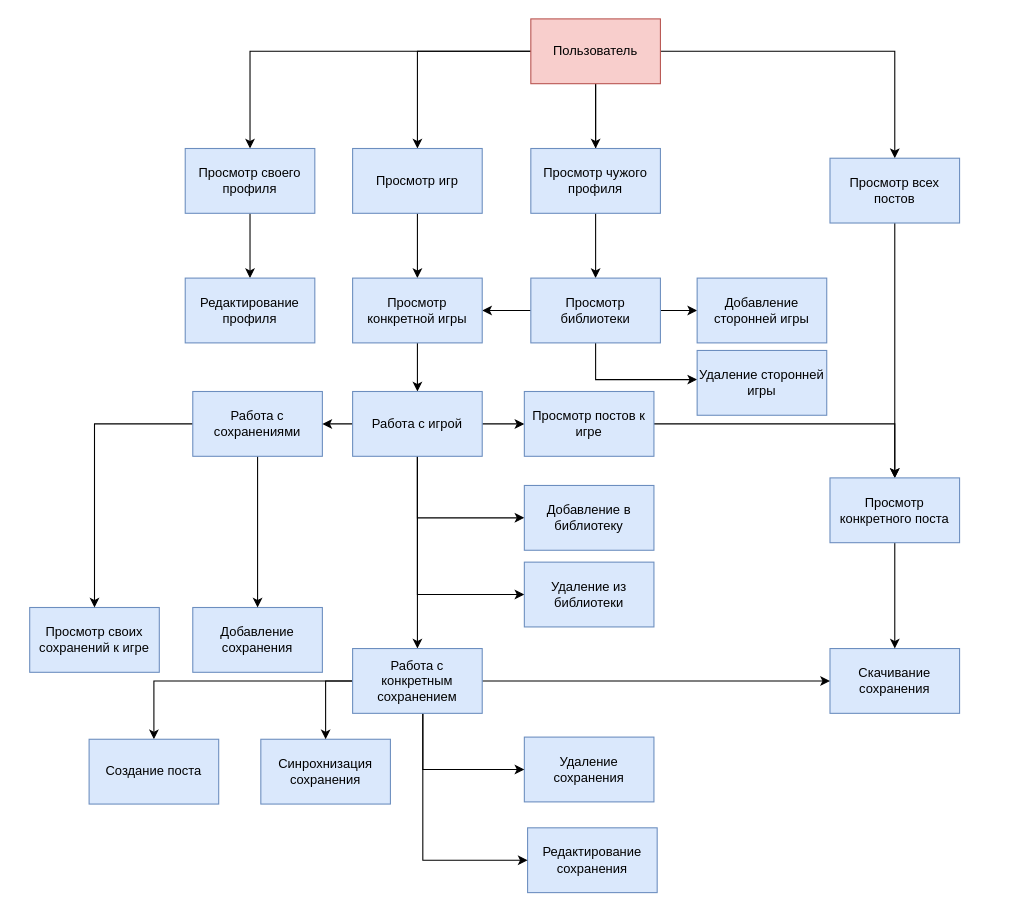
This is page "Пользователя" (2 of 2) of Docs/Диаграммы/Функционал.drawio from savayaqu/PlaySaveBack, a draw.io file, before an edit. Source tidied: cells renumbered, new cells numbered last; positions are measured from the earlier drawing's top-left corner, leaving out a move shared by most shapes. Both pictures are drawn from the tidied source at 108%, with x=0, y=0 at pixel (29, 18).
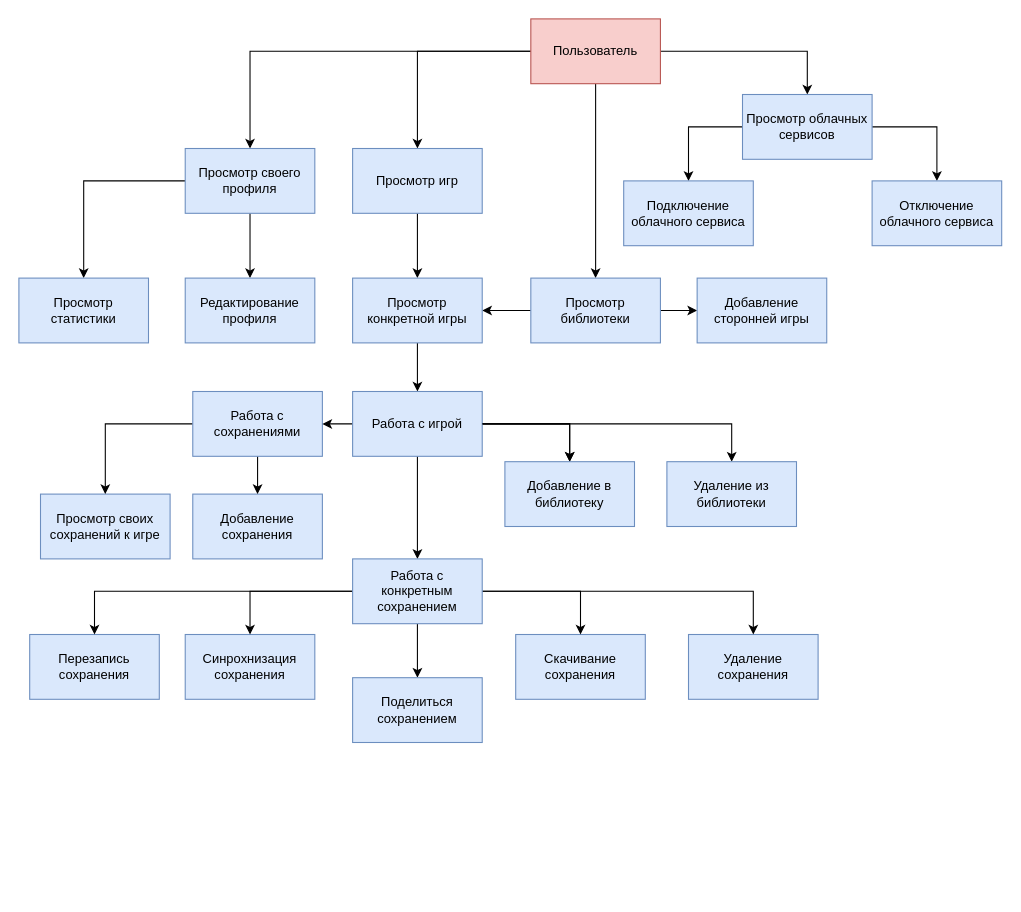
The same page after the edit.

The change refers to these unchanged cells:
```xml
<mxCell id="7" value="Пользователь" style="rounded=0;whiteSpace=wrap;html=1;fillColor=#f8cecc;strokeColor=#b85450;" parent="1" vertex="1">
  <mxGeometry x="464" width="120" height="60" as="geometry" />
</mxCell>
<mxCell id="9" value="Просмотр своего профиля" style="rounded=0;whiteSpace=wrap;html=1;fillColor=#dae8fc;strokeColor=#6c8ebf;" parent="1" vertex="1">
  <mxGeometry x="144" y="120" width="120" height="60" as="geometry" />
</mxCell>
<mxCell id="15" value="Просмотр библиотеки" style="rounded=0;whiteSpace=wrap;html=1;fillColor=#dae8fc;strokeColor=#6c8ebf;" parent="1" vertex="1">
  <mxGeometry x="464" y="240" width="120" height="60" as="geometry" />
</mxCell>
<mxCell id="18" value="Просмотр игр" style="rounded=0;whiteSpace=wrap;html=1;fillColor=#dae8fc;strokeColor=#6c8ebf;" parent="1" vertex="1">
  <mxGeometry x="299" y="120" width="120" height="60" as="geometry" />
</mxCell>
<mxCell id="37" value="Работа с игрой" style="rounded=0;whiteSpace=wrap;html=1;fillColor=#dae8fc;strokeColor=#6c8ebf;" parent="1" vertex="1">
  <mxGeometry x="299" y="345" width="120" height="60" as="geometry" />
</mxCell>
```

Change to the diagram source:
```diff
@@
-    <mxCell id="3" style="edgeStyle=orthogonalEdgeStyle;rounded=0;jettySize=auto;html=1;" parent="1" edge="1" source="7" target="10">
-      <mxGeometry relative="1" as="geometry" />
-    </mxCell>
+    <mxCell id="6" style="edgeStyle=orthogonalEdgeStyle;rounded=0;jettySize=auto;html=1;" parent="1" edge="1" source="7" target="18">
+      <mxGeometry relative="1" as="geometry" />
+    </mxCell>
@@
-    <mxCell id="5" style="edgeStyle=orthogonalEdgeStyle;rounded=0;jettySize=auto;html=1;" parent="1" edge="1" source="7" target="29">
-      <mxGeometry relative="1" as="geometry" />
-    </mxCell>
-    <mxCell id="6" style="edgeStyle=orthogonalEdgeStyle;rounded=0;jettySize=auto;html=1;" parent="1" edge="1" source="7" target="18">
-      <mxGeometry relative="1" as="geometry" />
-    </mxCell>
+    <mxCell id="53" style="edgeStyle=orthogonalEdgeStyle;rounded=0;jettySize=auto;html=1;" parent="1" edge="1" source="7" target="61">
+      <mxGeometry relative="1" as="geometry" />
+    </mxCell>
@@
+    <mxCell id="54" style="edgeStyle=orthogonalEdgeStyle;rounded=0;jettySize=auto;html=1;" parent="1" edge="1" source="9" target="57">
+      <mxGeometry relative="1" as="geometry" />
+    </mxCell>
@@
-    <mxCell id="10" value="Просмотр чужого профиля" style="rounded=0;whiteSpace=wrap;html=1;fillColor=#dae8fc;strokeColor=#6c8ebf;" parent="1" vertex="1">
-      <mxGeometry x="464" y="120" width="120" height="60" as="geometry" />
-    </mxCell>
@@
-    <mxCell id="14" style="edgeStyle=orthogonalEdgeStyle;rounded=0;jettySize=auto;html=1;" parent="1" edge="1" source="15" target="46">
-      <mxGeometry relative="1" as="geometry">
-        <Array as="points">
-          <mxPoint x="524" y="334" />
-        </Array>
-      </mxGeometry>
-    </mxCell>
@@
     <mxCell id="19" value="Просмотр своих сохранений к игре" style="rounded=0;whiteSpace=wrap;html=1;fillColor=#dae8fc;strokeColor=#6c8ebf;" parent="1" vertex="1">
-      <mxGeometry y="545" width="120" height="60" as="geometry" />
+      <mxGeometry x="10" y="440" width="120" height="60" as="geometry" />
     </mxCell>
     <mxCell id="20" value="Синрохнизация сохранения" style="rounded=0;whiteSpace=wrap;html=1;fillColor=#dae8fc;strokeColor=#6c8ebf;" parent="1" vertex="1">
-      <mxGeometry x="214" y="667" width="120" height="60" as="geometry" />
+      <mxGeometry x="144" y="570" width="120" height="60" as="geometry" />
     </mxCell>
     <mxCell id="21" value="Добавление сохранения" style="rounded=0;whiteSpace=wrap;html=1;fillColor=#dae8fc;strokeColor=#6c8ebf;" parent="1" vertex="1">
-      <mxGeometry x="151" y="545" width="120" height="60" as="geometry" />
+      <mxGeometry x="151" y="440" width="120" height="60" as="geometry" />
     </mxCell>
     <mxCell id="22" value="Удаление сохранения" style="rounded=0;whiteSpace=wrap;html=1;fillColor=#dae8fc;strokeColor=#6c8ebf;" parent="1" vertex="1">
-      <mxGeometry x="458" y="665" width="120" height="60" as="geometry" />
+      <mxGeometry x="610" y="570" width="120" height="60" as="geometry" />
     </mxCell>
@@
-    <mxCell id="26" value="Редактирование сохранения" style="rounded=0;whiteSpace=wrap;html=1;fillColor=#dae8fc;strokeColor=#6c8ebf;" parent="1" vertex="1">
-      <mxGeometry x="461" y="749" width="120" height="60" as="geometry" />
+    <mxCell id="26" value="Перезапись сохранения" style="rounded=0;whiteSpace=wrap;html=1;fillColor=#dae8fc;strokeColor=#6c8ebf;" parent="1" vertex="1">
+      <mxGeometry y="570" width="120" height="60" as="geometry" />
     </mxCell>
     <mxCell id="27" value="Скачивание сохранения" style="rounded=0;whiteSpace=wrap;html=1;fillColor=#dae8fc;strokeColor=#6c8ebf;" parent="1" vertex="1">
-      <mxGeometry x="741" y="583" width="120" height="60" as="geometry" />
+      <mxGeometry x="450" y="570" width="120" height="60" as="geometry" />
     </mxCell>
-    <mxCell id="28" style="edgeStyle=orthogonalEdgeStyle;rounded=0;jettySize=auto;html=1;" parent="1" edge="1" source="29" target="52">
-      <mxGeometry relative="1" as="geometry" />
-    </mxCell>
-    <mxCell id="29" value="Просмотр всех постов" style="rounded=0;whiteSpace=wrap;html=1;fillColor=#dae8fc;strokeColor=#6c8ebf;" parent="1" vertex="1">
-      <mxGeometry x="741" y="129" width="120" height="60" as="geometry" />
-    </mxCell>
@@
+    <mxCell id="35" style="rounded=0;jettySize=auto;html=1;edgeStyle=orthogonalEdgeStyle;" parent="1" edge="1" source="37" target="44">
+      <mxGeometry relative="1" as="geometry" />
+    </mxCell>
-    <mxCell id="34" style="rounded=0;jettySize=auto;html=1;edgeStyle=orthogonalEdgeStyle;" parent="1" edge="1" source="37" target="45">
-      <mxGeometry relative="1" as="geometry">
-        <Array as="points">
-          <mxPoint x="359" y="533" />
-        </Array>
-      </mxGeometry>
+    <mxCell id="34" style="edgeStyle=orthogonalEdgeStyle;rounded=0;jettySize=auto;html=1;" parent="1" edge="1" source="37" target="45">
+      <mxGeometry relative="1" as="geometry" />
     </mxCell>
-    <mxCell id="35" style="rounded=0;jettySize=auto;html=1;edgeStyle=orthogonalEdgeStyle;" parent="1" edge="1" source="37" target="44">
-      <mxGeometry relative="1" as="geometry">
-        <Array as="points">
-          <mxPoint x="359" y="462" />
-        </Array>
-      </mxGeometry>
-    </mxCell>
-    <mxCell id="36" style="edgeStyle=orthogonalEdgeStyle;rounded=0;jettySize=auto;html=1;" parent="1" edge="1" source="37" target="49">
-      <mxGeometry relative="1" as="geometry" />
-    </mxCell>
@@
+    <mxCell id="42" style="edgeStyle=orthogonalEdgeStyle;rounded=0;jettySize=auto;html=1;" parent="1" edge="1" source="43" target="27">
+      <mxGeometry relative="1" as="geometry" />
+    </mxCell>
+    <mxCell id="41" style="edgeStyle=orthogonalEdgeStyle;rounded=0;jettySize=auto;html=1;" parent="1" edge="1" source="43" target="20">
+      <mxGeometry relative="1" as="geometry" />
+    </mxCell>
+    <mxCell id="39" style="edgeStyle=orthogonalEdgeStyle;rounded=0;jettySize=auto;html=1;" parent="1" edge="1" source="43" target="26">
+      <mxGeometry relative="1" as="geometry" />
+    </mxCell>
     <mxCell id="38" style="edgeStyle=orthogonalEdgeStyle;rounded=0;jettySize=auto;html=1;" parent="1" edge="1" source="43" target="22">
-      <mxGeometry relative="1" as="geometry">
-        <Array as="points">
-          <mxPoint x="364" y="695" />
-        </Array>
-      </mxGeometry>
+      <mxGeometry relative="1" as="geometry" />
     </mxCell>
-    <mxCell id="39" style="edgeStyle=orthogonalEdgeStyle;rounded=0;jettySize=auto;html=1;" parent="1" edge="1" source="43" target="26">
-      <mxGeometry relative="1" as="geometry">
-        <Array as="points">
-          <mxPoint x="364" y="779" />
-        </Array>
-      </mxGeometry>
-    </mxCell>
-    <mxCell id="40" style="edgeStyle=orthogonalEdgeStyle;rounded=0;jettySize=auto;html=1;" parent="1" edge="1" source="43" target="47">
-      <mxGeometry relative="1" as="geometry" />
-    </mxCell>
-    <mxCell id="41" style="rounded=0;jettySize=auto;html=1;edgeStyle=orthogonalEdgeStyle;" parent="1" edge="1" source="43" target="20">
-      <mxGeometry relative="1" as="geometry">
-        <Array as="points">
-          <mxPoint x="274" y="613" />
-        </Array>
-      </mxGeometry>
-    </mxCell>
-    <mxCell id="42" style="edgeStyle=orthogonalEdgeStyle;rounded=0;jettySize=auto;html=1;" parent="1" edge="1" source="43" target="27">
-      <mxGeometry relative="1" as="geometry" />
-    </mxCell>
+    <mxCell id="55" style="edgeStyle=orthogonalEdgeStyle;rounded=0;jettySize=auto;html=1;" parent="1" edge="1" source="43" target="58">
+      <mxGeometry relative="1" as="geometry" />
+    </mxCell>
     <mxCell id="43" value="Работа с конкретным сохранением" style="rounded=0;whiteSpace=wrap;html=1;fillColor=#dae8fc;strokeColor=#6c8ebf;" parent="1" vertex="1">
-      <mxGeometry x="299" y="583" width="120" height="60" as="geometry" />
+      <mxGeometry x="299" y="500" width="120" height="60" as="geometry" />
     </mxCell>
+    <mxCell id="45" value="Удаление из библиотеки" style="rounded=0;whiteSpace=wrap;html=1;fillColor=#dae8fc;strokeColor=#6c8ebf;" parent="1" vertex="1">
+      <mxGeometry x="590" y="410" width="120" height="60" as="geometry" />
+    </mxCell>
+    <mxCell id="56" style="rounded=0;jettySize=auto;html=1;edgeStyle=orthogonalEdgeStyle;" parent="1" edge="1" source="37" target="44">
+      <mxGeometry relative="1" as="geometry" />
+    </mxCell>
     <mxCell id="44" value="Добавление в библиотеку" style="rounded=0;whiteSpace=wrap;html=1;fillColor=#dae8fc;strokeColor=#6c8ebf;" parent="1" vertex="1">
-      <mxGeometry x="458" y="432" width="120" height="60" as="geometry" />
+      <mxGeometry x="440" y="410" width="120" height="60" as="geometry" />
     </mxCell>
-    <mxCell id="45" value="Удаление из библиотеки" style="rounded=0;whiteSpace=wrap;html=1;fillColor=#dae8fc;strokeColor=#6c8ebf;" parent="1" vertex="1">
-      <mxGeometry x="458" y="503" width="120" height="60" as="geometry" />
-    </mxCell>
-    <mxCell id="46" value="Удаление сторонней игры" style="rounded=0;whiteSpace=wrap;html=1;fillColor=#dae8fc;strokeColor=#6c8ebf;" parent="1" vertex="1">
-      <mxGeometry x="618" y="307" width="120" height="60" as="geometry" />
-    </mxCell>
-    <mxCell id="47" value="Создание поста" style="rounded=0;whiteSpace=wrap;html=1;fillColor=#dae8fc;strokeColor=#6c8ebf;" parent="1" vertex="1">
-      <mxGeometry x="55" y="667" width="120" height="60" as="geometry" />
-    </mxCell>
-    <mxCell id="48" style="edgeStyle=orthogonalEdgeStyle;rounded=0;jettySize=auto;html=1;" parent="1" edge="1" source="49" target="52">
-      <mxGeometry relative="1" as="geometry" />
-    </mxCell>
-    <mxCell id="49" value="Просмотр постов к игре" style="rounded=0;whiteSpace=wrap;html=1;fillColor=#dae8fc;strokeColor=#6c8ebf;" parent="1" vertex="1">
-      <mxGeometry x="458" y="345" width="120" height="60" as="geometry" />
-    </mxCell>
-    <mxCell id="50" style="edgeStyle=orthogonalEdgeStyle;rounded=0;jettySize=auto;html=1;" parent="1" edge="1" target="52">
-      <mxGeometry relative="1" as="geometry">
-        <mxPoint x="801" y="457" as="sourcePoint" />
-      </mxGeometry>
-    </mxCell>
-    <mxCell id="51" style="edgeStyle=orthogonalEdgeStyle;rounded=0;jettySize=auto;html=1;" parent="1" edge="1" source="52" target="27">
-      <mxGeometry relative="1" as="geometry" />
-    </mxCell>
-    <mxCell id="52" value="Просмотр конкретного поста" style="rounded=0;whiteSpace=wrap;html=1;fillColor=#dae8fc;strokeColor=#6c8ebf;" parent="1" vertex="1">
-      <mxGeometry x="741" y="425" width="120" height="60" as="geometry" />
-    </mxCell>
+    <mxCell id="57" value="Просмотр статистики" style="rounded=0;whiteSpace=wrap;html=1;fillColor=#dae8fc;strokeColor=#6c8ebf;" parent="1" vertex="1">
+      <mxGeometry x="-10" y="240" width="120" height="60" as="geometry" />
+    </mxCell>
+    <mxCell id="58" value="Поделиться сохранением" style="rounded=0;whiteSpace=wrap;html=1;fillColor=#dae8fc;strokeColor=#6c8ebf;" parent="1" vertex="1">
+      <mxGeometry x="299" y="610" width="120" height="60" as="geometry" />
+    </mxCell>
+    <mxCell id="59" style="edgeStyle=orthogonalEdgeStyle;rounded=0;jettySize=auto;html=1;" parent="1" edge="1" source="61" target="62">
+      <mxGeometry relative="1" as="geometry">
+        <Array as="points">
+          <mxPoint x="610" y="100" />
+        </Array>
+      </mxGeometry>
+    </mxCell>
+    <mxCell id="60" style="edgeStyle=orthogonalEdgeStyle;rounded=0;jettySize=auto;html=1;" parent="1" edge="1" source="61" target="63">
+      <mxGeometry relative="1" as="geometry">
+        <Array as="points">
+          <mxPoint x="840" y="100" />
+        </Array>
+      </mxGeometry>
+    </mxCell>
+    <mxCell id="61" value="Просмотр облачных сервисов" style="rounded=0;whiteSpace=wrap;html=1;fillColor=#dae8fc;strokeColor=#6c8ebf;" parent="1" vertex="1">
+      <mxGeometry x="660" y="70" width="120" height="60" as="geometry" />
+    </mxCell>
+    <mxCell id="62" value="Подключение облачного сервиса" style="rounded=0;whiteSpace=wrap;html=1;fillColor=#dae8fc;strokeColor=#6c8ebf;" parent="1" vertex="1">
+      <mxGeometry x="550" y="150" width="120" height="60" as="geometry" />
+    </mxCell>
+    <mxCell id="63" value="Отключение облачного сервиса" style="rounded=0;whiteSpace=wrap;html=1;fillColor=#dae8fc;strokeColor=#6c8ebf;" parent="1" vertex="1">
+      <mxGeometry x="780" y="150" width="120" height="60" as="geometry" />
+    </mxCell>
```
